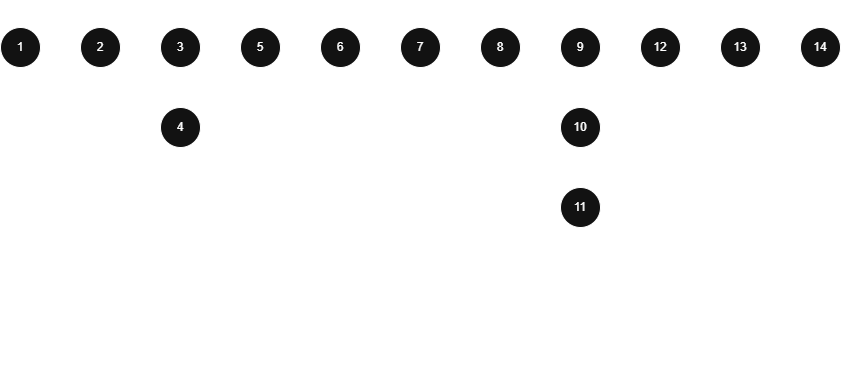
Earlier version of the draw.io export Backend/docs/diagramas/login/grafo de nodos.png (cdp122/7mo-DES-Modulo3). Source tidied: cells renumbered, new cells last; positions are measured from the earlier drawing's top-left corner, leaving out a move shared by most shapes.
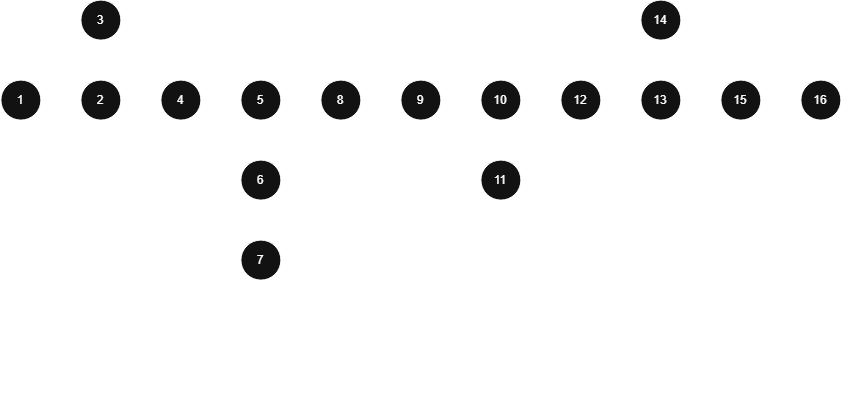
Above is the later version.

Commit message:
Cambio diagrama de nodos

The edit, as a diff of the source:
```diff
@@ -6,120 +6,123 @@
       <mxGeometry relative="1" as="geometry" />
     </mxCell>
     <mxCell id="3" value="1" style="ellipse;whiteSpace=wrap;html=1;" parent="1" vertex="1">
-      <mxGeometry y="20" width="40" height="40" as="geometry" />
+      <mxGeometry x="-80" y="60" width="40" height="40" as="geometry" />
     </mxCell>
     <mxCell id="4" style="edgeStyle=orthogonalEdgeStyle;rounded=0;jettySize=auto;html=1;" parent="1" edge="1" source="5" target="8">
       <mxGeometry relative="1" as="geometry" />
     </mxCell>
+    <mxCell id="37" style="edgeStyle=orthogonalEdgeStyle;rounded=0;jettySize=auto;html=1;" parent="1" edge="1" source="5" target="10">
+      <mxGeometry relative="1" as="geometry" />
+    </mxCell>
     <mxCell id="5" value="2" style="ellipse;whiteSpace=wrap;html=1;" parent="1" vertex="1">
-      <mxGeometry x="80" y="20" width="40" height="40" as="geometry" />
+      <mxGeometry y="60" width="40" height="40" as="geometry" />
     </mxCell>
-    <mxCell id="6" style="edgeStyle=orthogonalEdgeStyle;rounded=0;jettySize=auto;html=1;" parent="1" edge="1" source="8" target="10">
-      <mxGeometry relative="1" as="geometry" />
-    </mxCell>
-    <mxCell id="7" style="edgeStyle=orthogonalEdgeStyle;rounded=0;jettySize=auto;html=1;" parent="1" edge="1" source="8" target="12">
-      <mxGeometry relative="1" as="geometry" />
-    </mxCell>
+    <mxCell id="38" style="edgeStyle=orthogonalEdgeStyle;rounded=0;jettySize=auto;html=1;entryX=0.5;entryY=0;entryDx=0;entryDy=0;" parent="1" edge="1" source="8" target="3">
+      <mxGeometry relative="1" as="geometry" />
+    </mxCell>
     <mxCell id="8" value="3" style="ellipse;whiteSpace=wrap;html=1;" parent="1" vertex="1">
-      <mxGeometry x="160" y="20" width="40" height="40" as="geometry" />
+      <mxGeometry y="-20" width="40" height="40" as="geometry" />
     </mxCell>
-    <mxCell id="9" style="edgeStyle=orthogonalEdgeStyle;rounded=0;jettySize=auto;html=1;entryX=0.5;entryY=1;entryDx=0;entryDy=0;" parent="1" edge="1" source="10" target="32">
-      <mxGeometry relative="1" as="geometry">
-        <Array as="points">
-          <mxPoint x="180" y="240" />
-          <mxPoint x="820" y="240" />
-        </Array>
-      </mxGeometry>
-    </mxCell>
+    <mxCell id="39" style="edgeStyle=orthogonalEdgeStyle;rounded=0;jettySize=auto;html=1;" parent="1" edge="1" source="10" target="12">
+      <mxGeometry relative="1" as="geometry" />
+    </mxCell>
     <mxCell id="10" value="4" style="ellipse;whiteSpace=wrap;html=1;" parent="1" vertex="1">
-      <mxGeometry x="160" y="100" width="40" height="40" as="geometry" />
+      <mxGeometry x="80" y="60" width="40" height="40" as="geometry" />
     </mxCell>
+    <mxCell id="40" style="edgeStyle=orthogonalEdgeStyle;rounded=0;jettySize=auto;html=1;" parent="1" edge="1" source="12" target="19">
+      <mxGeometry relative="1" as="geometry" />
+    </mxCell>
     <mxCell id="11" style="edgeStyle=orthogonalEdgeStyle;rounded=0;jettySize=auto;html=1;" parent="1" edge="1" source="12" target="15">
       <mxGeometry relative="1" as="geometry" />
     </mxCell>
     <mxCell id="12" value="5" style="ellipse;whiteSpace=wrap;html=1;" parent="1" vertex="1">
-      <mxGeometry x="240" y="20" width="40" height="40" as="geometry" />
+      <mxGeometry x="160" y="60" width="40" height="40" as="geometry" />
     </mxCell>
-    <mxCell id="13" style="edgeStyle=orthogonalEdgeStyle;rounded=0;jettySize=auto;html=1;entryX=1;entryY=0.5;entryDx=0;entryDy=0;" parent="1" edge="1" source="15" target="10">
-      <mxGeometry relative="1" as="geometry">
-        <Array as="points">
-          <mxPoint x="340" y="120" />
-        </Array>
-      </mxGeometry>
-    </mxCell>
+    <mxCell id="18" style="edgeStyle=orthogonalEdgeStyle;rounded=0;jettySize=auto;html=1;" parent="1" edge="1" source="19" target="22">
+      <mxGeometry relative="1" as="geometry" />
+    </mxCell>
+    <mxCell id="19" value="8" style="ellipse;whiteSpace=wrap;html=1;" parent="1" vertex="1">
+      <mxGeometry x="240" y="60" width="40" height="40" as="geometry" />
+    </mxCell>
     <mxCell id="14" style="edgeStyle=orthogonalEdgeStyle;rounded=0;jettySize=auto;html=1;" parent="1" edge="1" source="15" target="17">
       <mxGeometry relative="1" as="geometry" />
     </mxCell>
     <mxCell id="15" value="6" style="ellipse;whiteSpace=wrap;html=1;" parent="1" vertex="1">
-      <mxGeometry x="320" y="20" width="40" height="40" as="geometry" />
+      <mxGeometry x="160" y="140" width="40" height="40" as="geometry" />
     </mxCell>
-    <mxCell id="16" style="edgeStyle=orthogonalEdgeStyle;rounded=0;jettySize=auto;html=1;" parent="1" edge="1" source="17" target="19">
-      <mxGeometry relative="1" as="geometry" />
-    </mxCell>
+    <mxCell id="41" style="edgeStyle=orthogonalEdgeStyle;rounded=0;jettySize=auto;html=1;entryX=0.5;entryY=1;entryDx=0;entryDy=0;" parent="1" edge="1" source="17" target="48">
+      <mxGeometry relative="1" as="geometry">
+        <Array as="points">
+          <mxPoint x="180" y="280" />
+          <mxPoint x="740" y="280" />
+        </Array>
+      </mxGeometry>
+    </mxCell>
     <mxCell id="17" value="7" style="ellipse;whiteSpace=wrap;html=1;" parent="1" vertex="1">
-      <mxGeometry x="400" y="20" width="40" height="40" as="geometry" />
+      <mxGeometry x="160" y="220" width="40" height="40" as="geometry" />
     </mxCell>
-    <mxCell id="18" style="edgeStyle=orthogonalEdgeStyle;rounded=0;jettySize=auto;html=1;" parent="1" edge="1" source="19" target="22">
-      <mxGeometry relative="1" as="geometry" />
-    </mxCell>
-    <mxCell id="19" value="8" style="ellipse;whiteSpace=wrap;html=1;" parent="1" vertex="1">
-      <mxGeometry x="480" y="20" width="40" height="40" as="geometry" />
-    </mxCell>
     <mxCell id="20" style="edgeStyle=orthogonalEdgeStyle;rounded=0;jettySize=auto;html=1;" parent="1" edge="1" source="22" target="24">
       <mxGeometry relative="1" as="geometry" />
     </mxCell>
-    <mxCell id="21" style="edgeStyle=orthogonalEdgeStyle;rounded=0;jettySize=auto;html=1;" parent="1" edge="1" source="22" target="28">
-      <mxGeometry relative="1" as="geometry" />
-    </mxCell>
     <mxCell id="22" value="9" style="ellipse;whiteSpace=wrap;html=1;" parent="1" vertex="1">
-      <mxGeometry x="560" y="20" width="40" height="40" as="geometry" />
+      <mxGeometry x="320" y="60" width="40" height="40" as="geometry" />
     </mxCell>
     <mxCell id="23" style="edgeStyle=orthogonalEdgeStyle;rounded=0;jettySize=auto;html=1;" parent="1" edge="1" source="24" target="26">
       <mxGeometry relative="1" as="geometry" />
     </mxCell>
+    <mxCell id="42" style="edgeStyle=orthogonalEdgeStyle;rounded=0;jettySize=auto;html=1;" parent="1" edge="1" source="24" target="28">
+      <mxGeometry relative="1" as="geometry" />
+    </mxCell>
     <mxCell id="24" value="10" style="ellipse;whiteSpace=wrap;html=1;" parent="1" vertex="1">
-      <mxGeometry x="560" y="100" width="40" height="40" as="geometry" />
+      <mxGeometry x="400" y="60" width="40" height="40" as="geometry" />
     </mxCell>
-    <mxCell id="25" style="edgeStyle=orthogonalEdgeStyle;rounded=0;jettySize=auto;html=1;entryX=0.5;entryY=1;entryDx=0;entryDy=0;" parent="1" edge="1" source="26" target="32">
-      <mxGeometry relative="1" as="geometry" />
-    </mxCell>
+    <mxCell id="43" style="edgeStyle=orthogonalEdgeStyle;rounded=0;jettySize=auto;html=1;entryX=1;entryY=0.5;entryDx=0;entryDy=0;" parent="1" edge="1" source="26" target="17">
+      <mxGeometry relative="1" as="geometry" />
+    </mxCell>
     <mxCell id="26" value="11" style="ellipse;whiteSpace=wrap;html=1;" parent="1" vertex="1">
-      <mxGeometry x="560" y="180" width="40" height="40" as="geometry" />
+      <mxGeometry x="400" y="140" width="40" height="40" as="geometry" />
     </mxCell>
     <mxCell id="27" style="edgeStyle=orthogonalEdgeStyle;rounded=0;jettySize=auto;html=1;" parent="1" edge="1" source="28" target="31">
       <mxGeometry relative="1" as="geometry" />
     </mxCell>
     <mxCell id="28" value="12" style="ellipse;whiteSpace=wrap;html=1;" parent="1" vertex="1">
-      <mxGeometry x="640" y="20" width="40" height="40" as="geometry" />
+      <mxGeometry x="480" y="60" width="40" height="40" as="geometry" />
     </mxCell>
-    <mxCell id="29" style="edgeStyle=orthogonalEdgeStyle;rounded=0;jettySize=auto;html=1;entryX=0.5;entryY=0;entryDx=0;entryDy=0;" parent="1" edge="1" source="31" target="19">
-      <mxGeometry relative="1" as="geometry">
-        <Array as="points">
-          <mxPoint x="740" />
-          <mxPoint x="500" />
-        </Array>
-      </mxGeometry>
-    </mxCell>
     <mxCell id="30" style="edgeStyle=orthogonalEdgeStyle;rounded=0;jettySize=auto;html=1;" parent="1" edge="1" source="31" target="32">
       <mxGeometry relative="1" as="geometry" />
     </mxCell>
+    <mxCell id="44" style="edgeStyle=orthogonalEdgeStyle;rounded=0;jettySize=auto;html=1;" parent="1" edge="1" source="31" target="47">
+      <mxGeometry relative="1" as="geometry" />
+    </mxCell>
     <mxCell id="31" value="13" style="ellipse;whiteSpace=wrap;html=1;" parent="1" vertex="1">
-      <mxGeometry x="720" y="20" width="40" height="40" as="geometry" />
+      <mxGeometry x="560" y="60" width="40" height="40" as="geometry" />
     </mxCell>
+    <mxCell id="45" style="edgeStyle=orthogonalEdgeStyle;rounded=0;jettySize=auto;html=1;entryX=0.5;entryY=0;entryDx=0;entryDy=0;" parent="1" edge="1" source="32" target="28">
+      <mxGeometry relative="1" as="geometry" />
+    </mxCell>
     <mxCell id="32" value="14" style="ellipse;whiteSpace=wrap;html=1;" parent="1" vertex="1">
-      <mxGeometry x="800" y="20" width="40" height="40" as="geometry" />
+      <mxGeometry x="560" y="-20" width="40" height="40" as="geometry" />
     </mxCell>
-    <mxCell id="33" value="Nodos: 14&lt;div&gt;Aristas: 17&lt;/div&gt;&lt;div&gt;Nodos Predicados: 4&lt;/div&gt;&lt;div&gt;Regiones: 4&lt;/div&gt;" style="text;html=1;whiteSpace=wrap;strokeColor=none;fillColor=none;align=left;verticalAlign=middle;rounded=0;fontSize=16;" parent="1" vertex="1">
-      <mxGeometry y="180" width="160" height="80" as="geometry" />
-    </mxCell>
-    <mxCell id="34" value="V(G) = a - n&amp;nbsp; + 2&lt;div&gt;V(G) = 17 - 14 + 2&lt;/div&gt;&lt;div&gt;&lt;b&gt;V(G) = 5&lt;/b&gt;&lt;/div&gt;" style="text;html=1;whiteSpace=wrap;strokeColor=none;fillColor=none;align=left;verticalAlign=middle;rounded=0;fontSize=16;" parent="1" vertex="1">
-      <mxGeometry y="300" width="160" height="60" as="geometry" />
-    </mxCell>
+    <mxCell id="46" style="edgeStyle=orthogonalEdgeStyle;rounded=0;jettySize=auto;html=1;" parent="1" edge="1" source="47" target="48">
+      <mxGeometry relative="1" as="geometry" />
+    </mxCell>
+    <mxCell id="47" value="15" style="ellipse;whiteSpace=wrap;html=1;" parent="1" vertex="1">
+      <mxGeometry x="640" y="60" width="40" height="40" as="geometry" />
+    </mxCell>
+    <mxCell id="48" value="16" style="ellipse;whiteSpace=wrap;html=1;" parent="1" vertex="1">
+      <mxGeometry x="720" y="60" width="40" height="40" as="geometry" />
+    </mxCell>
+    <mxCell id="49" value="Nodos: 16&lt;div&gt;Aristas: 19&lt;/div&gt;&lt;div&gt;Nodos Predicados: 4&lt;/div&gt;&lt;div&gt;Regiones: 4&lt;/div&gt;" style="text;html=1;whiteSpace=wrap;strokeColor=none;fillColor=none;align=left;verticalAlign=middle;rounded=0;fontSize=13;" parent="1" vertex="1">
+      <mxGeometry x="-80" y="310" width="130" height="70" as="geometry" />
+    </mxCell>
+    <mxCell id="50" value="V(G) = a - n + 2&lt;div&gt;V(G) = 19 - 16 + 2&lt;/div&gt;&lt;div&gt;&lt;i&gt;&lt;b&gt;&lt;u&gt;V(G) = 5&lt;/u&gt;&lt;/b&gt;&lt;/i&gt;&lt;/div&gt;" style="text;html=1;whiteSpace=wrap;strokeColor=none;fillColor=none;align=left;verticalAlign=middle;rounded=0;fontSize=13;" parent="1" vertex="1">
+      <mxGeometry x="230" y="320" width="130" height="50" as="geometry" />
+    </mxCell>
-    <mxCell id="35" value="V(G) = r + 1&lt;div&gt;V(G) = 4 + 1&lt;/div&gt;&lt;div&gt;&lt;b&gt;V(G) = 5&lt;/b&gt;&lt;/div&gt;" style="text;html=1;whiteSpace=wrap;strokeColor=none;fillColor=none;align=left;verticalAlign=middle;rounded=0;fontSize=16;" parent="1" vertex="1">
-      <mxGeometry x="220" y="300" width="160" height="60" as="geometry" />
+    <mxCell id="35" value="V(G) = r + 1&lt;div&gt;V(G) = 4 + 1&lt;/div&gt;&lt;div&gt;&lt;b&gt;&lt;i&gt;&lt;u&gt;V(G) = 5&lt;/u&gt;&lt;/i&gt;&lt;/b&gt;&lt;/div&gt;" style="text;html=1;whiteSpace=wrap;strokeColor=none;fillColor=none;align=left;verticalAlign=middle;rounded=0;fontSize=13;" parent="1" vertex="1">
+      <mxGeometry x="390" y="320" width="130" height="50" as="geometry" />
     </mxCell>
-    <mxCell id="36" value="V(G) = c + 1&lt;div&gt;V(G) = 4 + 1&lt;/div&gt;&lt;div&gt;&lt;b&gt;V(G) = 5&lt;/b&gt;&lt;/div&gt;" style="text;html=1;whiteSpace=wrap;strokeColor=none;fillColor=none;align=left;verticalAlign=middle;rounded=0;fontSize=16;" parent="1" vertex="1">
-      <mxGeometry x="440" y="300" width="160" height="60" as="geometry" />
+    <mxCell id="36" value="V(G) = c + 1&lt;div&gt;V(G) = 4 + 1&lt;/div&gt;&lt;div&gt;&lt;b&gt;&lt;i&gt;&lt;u&gt;V(G) = 5&lt;/u&gt;&lt;/i&gt;&lt;/b&gt;&lt;/div&gt;" style="text;html=1;whiteSpace=wrap;strokeColor=none;fillColor=none;align=left;verticalAlign=middle;rounded=0;fontSize=13;" parent="1" vertex="1">
+      <mxGeometry x="530" y="320" width="130" height="50" as="geometry" />
     </mxCell>
   </root>
 </mxGraphModel>
```
